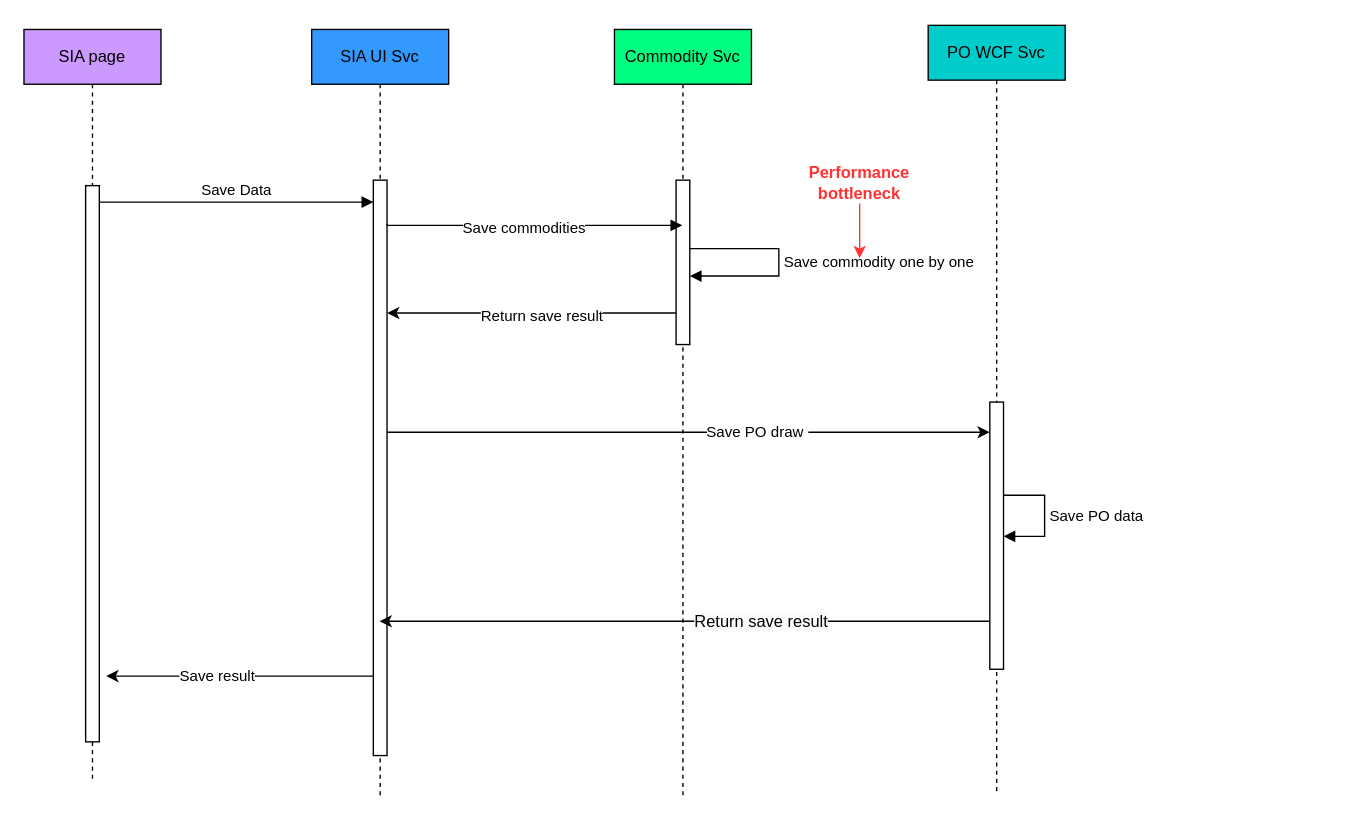
Before: SIA flow.drawio in TommyVV/chr-diagrams, a draw.io diagram. Source tidied: cells renumbered, new cells numbered last; positions are measured from the earlier drawing's top-left corner, leaving out a move shared by most shapes. Both pictures are drawn from the tidied source at 137%, with x=0, y=0 at pixel (23, 25).
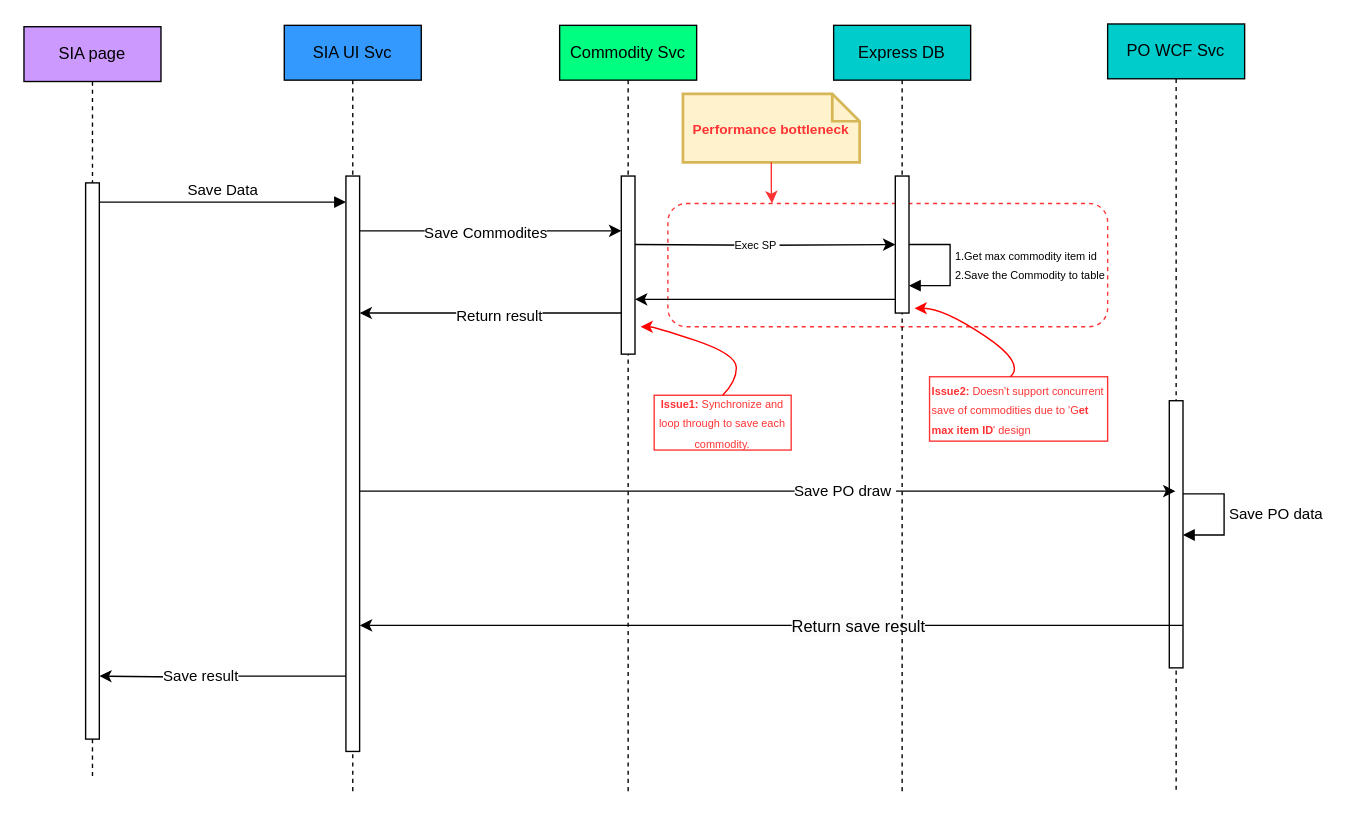
The same page after the edit.

The change refers to these unchanged cells:
```xml
<mxCell id="12" style="html=1;points=[[0,0,0,0,5],[0,1,0,0,-5],[1,0,0,0,5],[1,1,0,0,-5]];perimeter=orthogonalPerimeter;outlineConnect=0;targetShapes=umlLifeline;portConstraint=eastwest;newEdgeStyle={&quot;curved&quot;:0,&quot;rounded&quot;:0};" parent="11" vertex="1">
  <mxGeometry x="45" y="110" width="10" height="420" as="geometry" />
</mxCell>
<mxCell id="15" style="edgeStyle=orthogonalEdgeStyle;rounded=0;jettySize=auto;html=1;curved=0;" parent="1" edge="1" source="5" target="12">
  <mxGeometry relative="1" as="geometry">
    <Array as="points">
      <mxPoint x="420" y="210" />
      <mxPoint x="420" y="210" />
    </Array>
  </mxGeometry>
</mxCell>
```

Diff of the diagram source:
```diff
@@
     <mxCell id="2" value="SIA page" style="shape=umlLifeline;perimeter=lifelinePerimeter;whiteSpace=wrap;html=1;newEdgeStyle={&quot;curved&quot;:0,&quot;rounded&quot;:0};fillColor=#CC99FF;" parent="1" vertex="1">
-      <mxGeometry y="3" width="100" height="550" as="geometry" />
+      <mxGeometry y="1" width="100" height="550" as="geometry" />
     </mxCell>
@@
     <mxCell id="4" value="Commodity Svc" style="shape=umlLifeline;perimeter=lifelinePerimeter;whiteSpace=wrap;html=1;outlineConnect=0;portConstraint=eastwest;newEdgeStyle={&quot;curved&quot;:0,&quot;rounded&quot;:0};fillColor=#00FF80;" parent="1" vertex="1">
-      <mxGeometry x="431" y="3" width="100" height="560" as="geometry" />
+      <mxGeometry x="391" width="100" height="560" as="geometry" />
     </mxCell>
     <mxCell id="5" style="html=1;points=[[0,0,0,0,5],[0,1,0,0,-5],[1,0,0,0,5],[1,1,0,0,-5]];perimeter=orthogonalPerimeter;outlineConnect=0;targetShapes=umlLifeline;portConstraint=eastwest;newEdgeStyle={&quot;curved&quot;:0,&quot;rounded&quot;:0};" parent="4" vertex="1">
-      <mxGeometry x="45" y="110" width="10" height="120" as="geometry" />
+      <mxGeometry x="45" y="110" width="10" height="130" as="geometry" />
     </mxCell>
-    <mxCell id="6" value="Save commodity one by one" style="html=1;align=left;spacingLeft=2;endArrow=block;rounded=0;edgeStyle=orthogonalEdgeStyle;curved=0;rounded=0;" parent="4" edge="1" source="5" target="5">
-      <mxGeometry relative="1" as="geometry">
-        <Array as="points">
-          <mxPoint x="120" y="160" />
-          <mxPoint x="120" y="180" />
-        </Array>
-      </mxGeometry>
-    </mxCell>
     <mxCell id="7" value="PO WCF Svc" style="shape=umlLifeline;perimeter=lifelinePerimeter;whiteSpace=wrap;html=1;outlineConnect=0;portConstraint=eastwest;newEdgeStyle={&quot;curved&quot;:0,&quot;rounded&quot;:0};fillColor=#00CCCC;" parent="1" vertex="1">
-      <mxGeometry x="660" width="100" height="560" as="geometry" />
+      <mxGeometry x="791" y="-1" width="100" height="560" as="geometry" />
     </mxCell>
@@
     <mxCell id="11" value="SIA UI Svc" style="shape=umlLifeline;perimeter=lifelinePerimeter;whiteSpace=wrap;html=1;newEdgeStyle={&quot;curved&quot;:0,&quot;rounded&quot;:0};fillColor=#3399FF;" parent="1" vertex="1">
-      <mxGeometry x="210" y="3" width="100" height="560" as="geometry" />
+      <mxGeometry x="190" width="100" height="560" as="geometry" />
     </mxCell>
@@
-    <mxCell id="13" style="html=1;align=left;spacingLeft=2;endArrow=block;rounded=0;edgeStyle=orthogonalEdgeStyle;curved=0;rounded=0;" parent="1" edge="1" target="4">
-      <mxGeometry x="0.32" y="20" relative="1" as="geometry">
-        <mxPoint x="265" y="145" as="sourcePoint" />
-        <Array as="points">
-          <mxPoint x="265" y="146" />
-        </Array>
-      </mxGeometry>
-    </mxCell>
-    <mxCell id="14" value="Save commodities" style="edgeLabel;html=1;align=center;verticalAlign=middle;" parent="13" vertex="1">
-      <mxGeometry x="-0.28" y="-1" relative="1" as="geometry">
-        <mxPoint x="22" as="offset" />
-      </mxGeometry>
-    </mxCell>
@@
-    <mxCell id="16" value="Return save result" style="edgeLabel;html=1;align=center;verticalAlign=middle;" parent="15" vertex="1">
+    <mxCell id="16" value="Return result" style="edgeLabel;html=1;align=center;verticalAlign=middle;" parent="15" vertex="1">
       <mxGeometry x="-0.06" y="1" relative="1" as="geometry" />
     </mxCell>
-    <mxCell id="17" style="edgeStyle=orthogonalEdgeStyle;rounded=0;orthogonalLoop=1;jettySize=auto;html=1;curved=0;" parent="1" edge="1">
+    <mxCell id="17" style="edgeStyle=orthogonalEdgeStyle;rounded=0;jettySize=auto;html=1;curved=0;" parent="1" edge="1" source="12" target="7">
       <mxGeometry relative="1" as="geometry">
-        <mxPoint x="265" y="297" as="sourcePoint" />
-        <mxPoint x="705" y="297" as="targetPoint" />
         <Array as="points">
-          <mxPoint x="370" y="297" />
-          <mxPoint x="370" y="297" />
+          <mxPoint x="550" y="340" />
+          <mxPoint x="550" y="340" />
         </Array>
       </mxGeometry>
     </mxCell>
@@
     <mxCell id="19" style="edgeStyle=orthogonalEdgeStyle;rounded=0;orthogonalLoop=1;jettySize=auto;html=1;curved=0;" parent="1" edge="1">
       <mxGeometry relative="1" as="geometry">
-        <mxPoint x="705" y="435" as="sourcePoint" />
-        <mxPoint x="259.5" y="435" as="targetPoint" />
+        <mxPoint x="840" y="438" as="sourcePoint" />
+        <mxPoint x="245.2" y="438" as="targetPoint" />
         <Array as="points">
-          <mxPoint x="590" y="435" />
-          <mxPoint x="590" y="435" />
+          <mxPoint x="846" y="438" />
         </Array>
       </mxGeometry>
     </mxCell>
@@
-    <mxCell id="21" style="edgeStyle=orthogonalEdgeStyle;rounded=0;orthogonalLoop=1;jettySize=auto;html=1;curved=0;" parent="1" edge="1">
+    <mxCell id="21" style="edgeStyle=orthogonalEdgeStyle;rounded=0;jettySize=auto;html=1;curved=0;" parent="1" edge="1" source="12">
       <mxGeometry relative="1" as="geometry">
-        <mxPoint x="255" y="475" as="sourcePoint" />
-        <mxPoint x="60" y="475" as="targetPoint" />
+        <mxPoint x="55" y="475" as="targetPoint" />
         <Array as="points">
-          <mxPoint x="110" y="475" />
-          <mxPoint x="110" y="475" />
+          <mxPoint x="146" y="475" />
+          <mxPoint x="146" y="476" />
+          <mxPoint x="55" y="476" />
         </Array>
       </mxGeometry>
     </mxCell>
@@
-    <mxCell id="23" style="edgeStyle=orthogonalEdgeStyle;rounded=0;jettySize=auto;html=1;fillColor=#FF3333;strokeColor=#FF3333;" parent="1" edge="1" source="24">
-      <mxGeometry relative="1" as="geometry">
-        <mxPoint x="610" y="170" as="targetPoint" />
-        <Array as="points">
-          <mxPoint x="610" y="170" />
-        </Array>
-      </mxGeometry>
-    </mxCell>
+    <mxCell id="25" style="rounded=1;whiteSpace=wrap;html=1;dashed=1;strokeColor=#FF3333;" parent="1" vertex="1">
+      <mxGeometry x="470" y="130" width="321" height="90" as="geometry" />
+    </mxCell>
+    <mxCell id="26" value="Express DB" style="shape=umlLifeline;perimeter=lifelinePerimeter;whiteSpace=wrap;html=1;newEdgeStyle={&quot;curved&quot;:0,&quot;rounded&quot;:0};fillColor=#00CCCC;" parent="1" vertex="1">
+      <mxGeometry x="591" width="100" height="560" as="geometry" />
+    </mxCell>
+    <mxCell id="27" style="html=1;points=[[0,0,0,0,5],[0,1,0,0,-5],[1,0,0,0,5],[1,1,0,0,-5]];perimeter=orthogonalPerimeter;outlineConnect=0;targetShapes=umlLifeline;portConstraint=eastwest;newEdgeStyle={&quot;curved&quot;:0,&quot;rounded&quot;:0};" parent="26" vertex="1">
+      <mxGeometry x="45" y="110" width="10" height="100" as="geometry" />
+    </mxCell>
+    <mxCell id="28" value="&lt;font style=&quot;font-size: 8px;&quot;&gt;1.Get max commodity item id&lt;br&gt;2.Save the Commodity to table&lt;/font&gt;" style="html=1;align=left;spacingLeft=2;endArrow=block;rounded=0;edgeStyle=orthogonalEdgeStyle;curved=0;rounded=0;" parent="26" edge="1" target="27">
+      <mxGeometry relative="1" as="geometry">
+        <mxPoint x="55" y="160" as="sourcePoint" />
+        <Array as="points">
+          <mxPoint x="85" y="160" />
+          <mxPoint x="85" y="190" />
+        </Array>
+      </mxGeometry>
+    </mxCell>
+    <mxCell id="29" style="edgeStyle=orthogonalEdgeStyle;rounded=0;jettySize=auto;html=1;curved=0;" parent="1" edge="1" source="12" target="5">
+      <mxGeometry relative="1" as="geometry">
+        <Array as="points">
+          <mxPoint x="390" y="150" />
+          <mxPoint x="390" y="150" />
+        </Array>
+      </mxGeometry>
+    </mxCell>
+    <mxCell id="30" value="Save Commodites" style="edgeLabel;html=1;align=center;verticalAlign=middle;" parent="29" vertex="1">
+      <mxGeometry x="-0.05" y="-1" relative="1" as="geometry" />
+    </mxCell>
+    <mxCell id="31" style="edgeStyle=orthogonalEdgeStyle;rounded=0;jettySize=auto;html=1;curved=0;" parent="1" edge="1" target="27">
+      <mxGeometry relative="1" as="geometry">
+        <mxPoint x="446" y="160" as="sourcePoint" />
+      </mxGeometry>
+    </mxCell>
+    <mxCell id="32" value="&lt;font style=&quot;font-size: 8px;&quot;&gt;Exec SP&amp;nbsp;&lt;/font&gt;" style="edgeLabel;html=1;align=center;verticalAlign=middle;" parent="31" vertex="1">
+      <mxGeometry x="-0.07" relative="1" as="geometry">
+        <mxPoint y="-1" as="offset" />
+      </mxGeometry>
+    </mxCell>
+    <mxCell id="33" style="edgeStyle=orthogonalEdgeStyle;rounded=0;jettySize=auto;html=1;curved=0;" parent="1" edge="1" source="27" target="5">
+      <mxGeometry relative="1" as="geometry">
+        <Array as="points">
+          <mxPoint x="540" y="200" />
+          <mxPoint x="540" y="200" />
+        </Array>
+      </mxGeometry>
+    </mxCell>
+    <mxCell id="34" value="&lt;font color=&quot;#ff3333&quot;&gt;&lt;font style=&quot;font-size: 8px;&quot;&gt;&lt;b&gt;Issue1:&amp;nbsp;&lt;/b&gt;&lt;/font&gt;&lt;font style=&quot;font-size: 8px;&quot;&gt;Synchronize and loop through to save each commodity.&lt;/font&gt;&lt;/font&gt;" style="text;html=1;align=center;verticalAlign=middle;whiteSpace=wrap;rounded=0;strokeColor=#FF3333;" parent="1" vertex="1">
+      <mxGeometry x="460" y="270" width="100" height="40" as="geometry" />
+    </mxCell>
-    <mxCell id="24" value="&lt;font color=&quot;#ff3333&quot;&gt;&lt;b&gt;Performance bottleneck&lt;/b&gt;&lt;/font&gt;" style="text;html=1;align=center;verticalAlign=middle;whiteSpace=wrap;rounded=0;" parent="1" vertex="1">
-      <mxGeometry x="560" y="100" width="100" height="30" as="geometry" />
+    <mxCell id="24" value="&lt;font style=&quot;font-size: 10px;&quot; color=&quot;#ff3333&quot;&gt;&lt;b&gt;Performance bottleneck&lt;/b&gt;&lt;/font&gt;" style="shape=note;strokeWidth=2;fontSize=14;size=20;whiteSpace=wrap;html=1;fillColor=#fff2cc;strokeColor=#d6b656;fontColor=#666600;" parent="1" vertex="1">
+      <mxGeometry x="481" y="50" width="129" height="50" as="geometry" />
     </mxCell>
+    <mxCell id="35" style="edgeStyle=orthogonalEdgeStyle;rounded=0;jettySize=auto;html=1;entryX=0.237;entryY=-0.001;entryDx=0;entryDy=0;entryPerimeter=0;strokeColor=#FF3333;" parent="1" edge="1" source="24" target="25">
+      <mxGeometry relative="1" as="geometry" />
+    </mxCell>
+    <mxCell id="36" value="&lt;font color=&quot;#ff3333&quot;&gt;&lt;font style=&quot;font-size: 8px;&quot;&gt;&lt;b&gt;Issue2:&amp;nbsp;&lt;/b&gt;&lt;/font&gt;&lt;/font&gt;&lt;font color=&quot;#ff3333&quot; style=&quot;font-size: 8px;&quot;&gt;Doesn't support concurrent save of commodities due to 'G&lt;b&gt;et max item ID&lt;/b&gt;' design&lt;/font&gt;" style="text;html=1;align=left;verticalAlign=middle;whiteSpace=wrap;rounded=0;strokeColor=#FF3333;" parent="1" vertex="1">
+      <mxGeometry x="661" y="256.5" width="130" height="47" as="geometry" />
+    </mxCell>
+    <mxCell id="37" style="curved=1;endArrow=classic;html=1;rounded=0;exitX=0.5;exitY=0;exitDx=0;exitDy=0;strokeColor=#FF0000;" parent="1" edge="1" source="34">
+      <mxGeometry relative="1" as="geometry">
+        <mxPoint x="450" y="220" as="targetPoint" />
+        <Array as="points">
+          <mxPoint x="520" y="260" />
+          <mxPoint x="520" y="240" />
+          <mxPoint x="460" y="220" />
+        </Array>
+      </mxGeometry>
+    </mxCell>
+    <mxCell id="38" style="curved=1;endArrow=classic;html=1;rounded=0;strokeColor=#FF0000;" parent="1" edge="1">
+      <mxGeometry relative="1" as="geometry">
+        <mxPoint x="720" y="256.5" as="sourcePoint" />
+        <mxPoint x="650" y="206.5" as="targetPoint" />
+        <Array as="points">
+          <mxPoint x="731" y="246.5" />
+          <mxPoint x="671" y="206.5" />
+          <mxPoint x="650" y="206.5" />
+        </Array>
+      </mxGeometry>
+    </mxCell>
```
